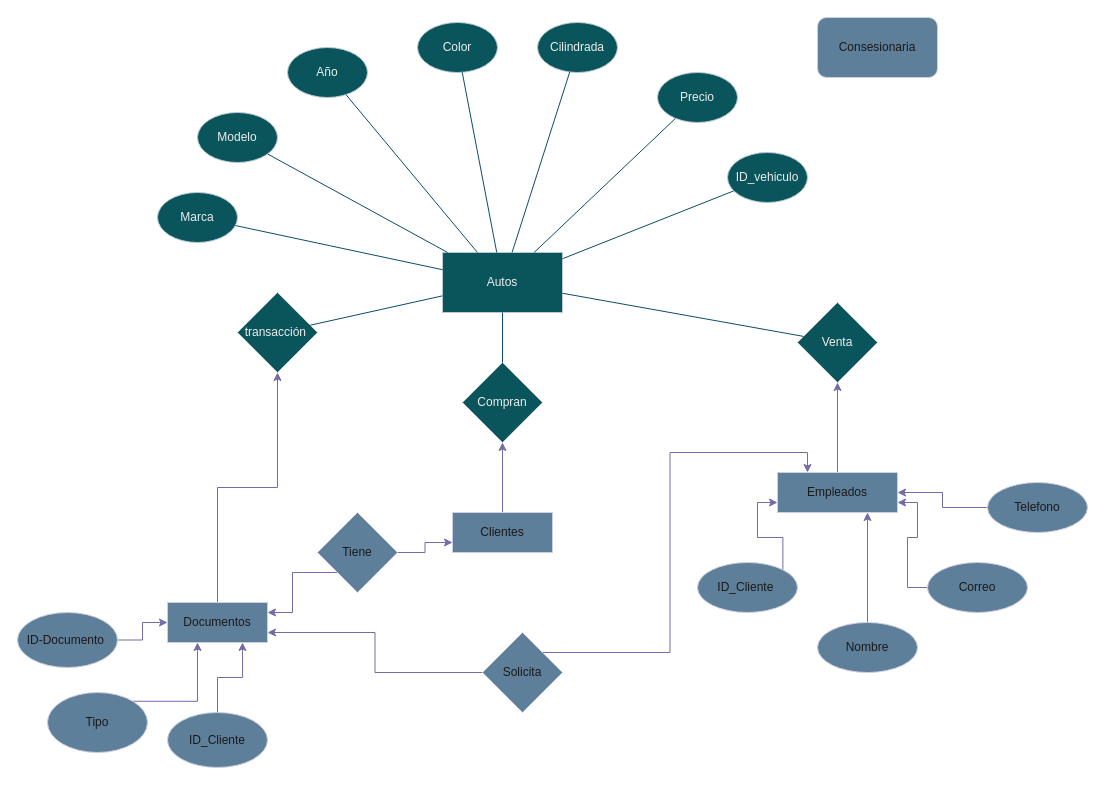
Above: page "Page-1" (1 of 3) of Diagramas/consencionaria.drawio in RodolfoNV/fbd_Rodolfo_Nicolas (draw.io), before the change. Source tidied: cells renumbered, new cells numbered last; positions are measured from the earlier drawing's top-left corner, leaving out a move shared by most shapes. Both pictures are drawn from the tidied source at 100%, with x=0, y=0 at pixel (17, 17).
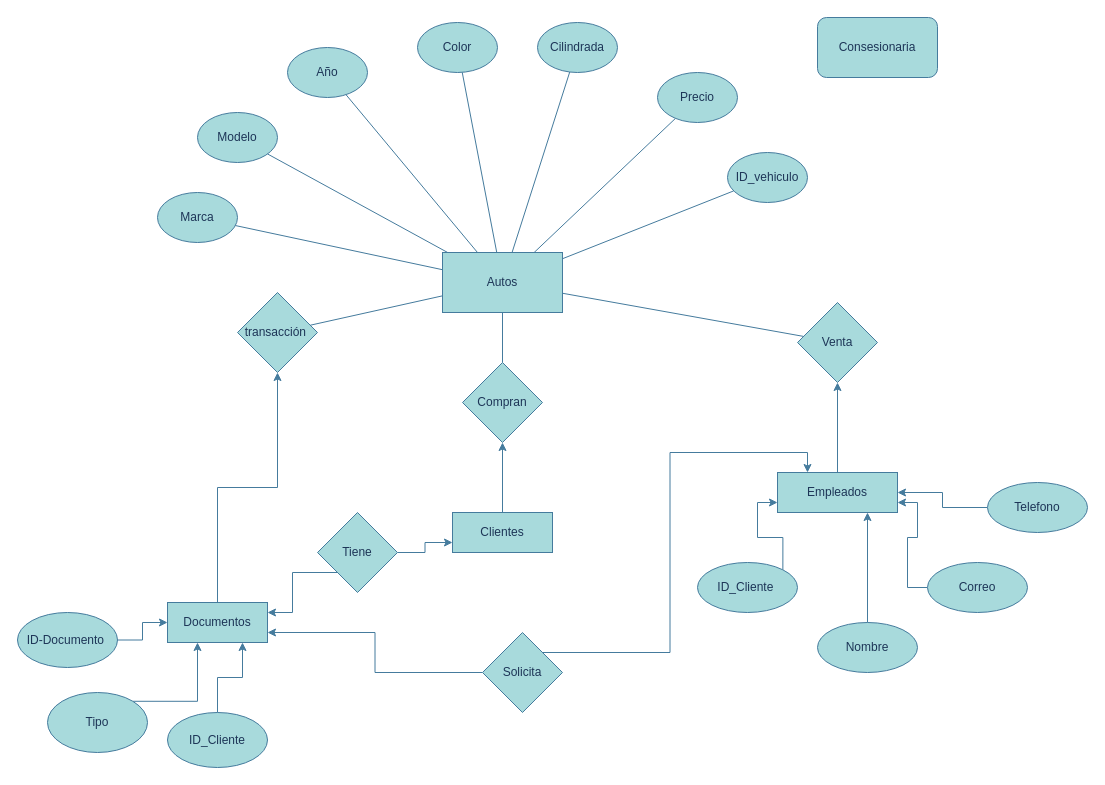
The same page after the edit.

Diff of the diagram source:
```diff
@@
-    <mxCell id="2" value="Autos&lt;br&gt;" style="rounded=0;whiteSpace=wrap;html=1;labelBackgroundColor=none;fillColor=#09555B;strokeColor=#BAC8D3;fontColor=#EEEEEE;" parent="1" vertex="1">
+    <mxCell id="2" value="Autos&lt;br&gt;" style="rounded=0;whiteSpace=wrap;html=1;labelBackgroundColor=none;fillColor=#A8DADC;strokeColor=#457B9D;fontColor=#1D3557;" parent="1" vertex="1">
       <mxGeometry x="425" y="235" width="120" height="60" as="geometry" />
     </mxCell>
-    <mxCell id="3" value="Marca&lt;br&gt;" style="ellipse;whiteSpace=wrap;html=1;labelBackgroundColor=none;fillColor=#09555B;strokeColor=#BAC8D3;fontColor=#EEEEEE;" parent="1" vertex="1">
+    <mxCell id="3" value="Marca&lt;br&gt;" style="ellipse;whiteSpace=wrap;html=1;labelBackgroundColor=none;fillColor=#A8DADC;strokeColor=#457B9D;fontColor=#1D3557;" parent="1" vertex="1">
       <mxGeometry x="140" y="175" width="80" height="50" as="geometry" />
     </mxCell>
-    <mxCell id="4" value="Modelo&lt;br&gt;" style="ellipse;whiteSpace=wrap;html=1;labelBackgroundColor=none;fillColor=#09555B;strokeColor=#BAC8D3;fontColor=#EEEEEE;" parent="1" vertex="1">
+    <mxCell id="4" value="Modelo&lt;br&gt;" style="ellipse;whiteSpace=wrap;html=1;labelBackgroundColor=none;fillColor=#A8DADC;strokeColor=#457B9D;fontColor=#1D3557;" parent="1" vertex="1">
       <mxGeometry x="180" y="95" width="80" height="50" as="geometry" />
     </mxCell>
-    <mxCell id="5" value="Año&lt;br&gt;" style="ellipse;whiteSpace=wrap;html=1;align=center;labelBackgroundColor=none;fillColor=#09555B;strokeColor=#BAC8D3;fontColor=#EEEEEE;" parent="1" vertex="1">
+    <mxCell id="5" value="Año&lt;br&gt;" style="ellipse;whiteSpace=wrap;html=1;align=center;labelBackgroundColor=none;fillColor=#A8DADC;strokeColor=#457B9D;fontColor=#1D3557;" parent="1" vertex="1">
       <mxGeometry x="270" y="30" width="80" height="50" as="geometry" />
     </mxCell>
-    <mxCell id="6" value="Color&lt;br&gt;" style="ellipse;whiteSpace=wrap;html=1;labelBackgroundColor=none;fillColor=#09555B;strokeColor=#BAC8D3;fontColor=#EEEEEE;" parent="1" vertex="1">
+    <mxCell id="6" value="Color&lt;br&gt;" style="ellipse;whiteSpace=wrap;html=1;labelBackgroundColor=none;fillColor=#A8DADC;strokeColor=#457B9D;fontColor=#1D3557;" parent="1" vertex="1">
       <mxGeometry x="400" y="5" width="80" height="50" as="geometry" />
     </mxCell>
-    <mxCell id="7" value="Cilindrada&lt;br&gt;" style="ellipse;whiteSpace=wrap;html=1;labelBackgroundColor=none;fillColor=#09555B;strokeColor=#BAC8D3;fontColor=#EEEEEE;" parent="1" vertex="1">
+    <mxCell id="7" value="Cilindrada&lt;br&gt;" style="ellipse;whiteSpace=wrap;html=1;labelBackgroundColor=none;fillColor=#A8DADC;strokeColor=#457B9D;fontColor=#1D3557;" parent="1" vertex="1">
       <mxGeometry x="520" y="5" width="80" height="50" as="geometry" />
     </mxCell>
-    <mxCell id="8" value="Precio&lt;br&gt;" style="ellipse;whiteSpace=wrap;html=1;labelBackgroundColor=none;fillColor=#09555B;strokeColor=#BAC8D3;fontColor=#EEEEEE;" parent="1" vertex="1">
+    <mxCell id="8" value="Precio&lt;br&gt;" style="ellipse;whiteSpace=wrap;html=1;labelBackgroundColor=none;fillColor=#A8DADC;strokeColor=#457B9D;fontColor=#1D3557;" parent="1" vertex="1">
       <mxGeometry x="640" y="55" width="80" height="50" as="geometry" />
     </mxCell>
-    <mxCell id="9" value="ID_vehiculo&lt;br&gt;" style="ellipse;whiteSpace=wrap;html=1;labelBackgroundColor=none;fillColor=#09555B;strokeColor=#BAC8D3;fontColor=#EEEEEE;" parent="1" vertex="1">
+    <mxCell id="9" value="ID_vehiculo&lt;br&gt;" style="ellipse;whiteSpace=wrap;html=1;labelBackgroundColor=none;fillColor=#A8DADC;strokeColor=#457B9D;fontColor=#1D3557;" parent="1" vertex="1">
       <mxGeometry x="710" y="135" width="80" height="50" as="geometry" />
     </mxCell>
-    <mxCell id="10" style="endArrow=none;html=1;rounded=0;labelBackgroundColor=none;strokeColor=#0B4D6A;fontColor=default;" parent="1" edge="1" source="3" target="2">
+    <mxCell id="10" style="endArrow=none;html=1;rounded=0;labelBackgroundColor=none;strokeColor=#457B9D;fontColor=default;" parent="1" edge="1" source="3" target="2">
       <mxGeometry relative="1" as="geometry" />
     </mxCell>
-    <mxCell id="11" style="endArrow=none;html=1;rounded=0;labelBackgroundColor=none;strokeColor=#0B4D6A;fontColor=default;" parent="1" edge="1" source="5" target="2">
+    <mxCell id="11" style="endArrow=none;html=1;rounded=0;labelBackgroundColor=none;strokeColor=#457B9D;fontColor=default;" parent="1" edge="1" source="5" target="2">
       <mxGeometry relative="1" as="geometry" />
     </mxCell>
-    <mxCell id="12" style="endArrow=none;html=1;rounded=0;labelBackgroundColor=none;strokeColor=#0B4D6A;fontColor=default;" parent="1" edge="1" source="7" target="2">
+    <mxCell id="12" style="endArrow=none;html=1;rounded=0;labelBackgroundColor=none;strokeColor=#457B9D;fontColor=default;" parent="1" edge="1" source="7" target="2">
       <mxGeometry relative="1" as="geometry" />
     </mxCell>
-    <mxCell id="13" style="endArrow=none;html=1;rounded=0;labelBackgroundColor=none;strokeColor=#0B4D6A;fontColor=default;" parent="1" edge="1" source="2" target="9">
+    <mxCell id="13" style="endArrow=none;html=1;rounded=0;labelBackgroundColor=none;strokeColor=#457B9D;fontColor=default;" parent="1" edge="1" source="2" target="9">
       <mxGeometry relative="1" as="geometry" />
     </mxCell>
-    <mxCell id="14" style="endArrow=none;html=1;rounded=0;labelBackgroundColor=none;strokeColor=#0B4D6A;fontColor=default;" parent="1" edge="1" source="2" target="8">
+    <mxCell id="14" style="endArrow=none;html=1;rounded=0;labelBackgroundColor=none;strokeColor=#457B9D;fontColor=default;" parent="1" edge="1" source="2" target="8">
       <mxGeometry relative="1" as="geometry" />
     </mxCell>
-    <mxCell id="15" style="endArrow=none;html=1;rounded=0;labelBackgroundColor=none;strokeColor=#0B4D6A;fontColor=default;" parent="1" edge="1" source="6" target="2">
+    <mxCell id="15" style="endArrow=none;html=1;rounded=0;labelBackgroundColor=none;strokeColor=#457B9D;fontColor=default;" parent="1" edge="1" source="6" target="2">
       <mxGeometry relative="1" as="geometry" />
     </mxCell>
-    <mxCell id="16" style="endArrow=none;html=1;rounded=0;labelBackgroundColor=none;strokeColor=#0B4D6A;fontColor=default;" parent="1" edge="1" source="4" target="2">
+    <mxCell id="16" style="endArrow=none;html=1;rounded=0;labelBackgroundColor=none;strokeColor=#457B9D;fontColor=default;" parent="1" edge="1" source="4" target="2">
       <mxGeometry relative="1" as="geometry" />
     </mxCell>
-    <mxCell id="17" value="transacción&amp;nbsp;" style="rhombus;whiteSpace=wrap;html=1;labelBackgroundColor=none;fillColor=#09555B;strokeColor=#BAC8D3;fontColor=#EEEEEE;" parent="1" vertex="1">
+    <mxCell id="17" value="transacción&amp;nbsp;" style="rhombus;whiteSpace=wrap;html=1;labelBackgroundColor=none;fillColor=#A8DADC;strokeColor=#457B9D;fontColor=#1D3557;" parent="1" vertex="1">
       <mxGeometry x="220" y="275" width="80" height="80" as="geometry" />
     </mxCell>
-    <mxCell id="18" value="Compran" style="rhombus;whiteSpace=wrap;html=1;labelBackgroundColor=none;fillColor=#09555B;strokeColor=#BAC8D3;fontColor=#EEEEEE;" parent="1" vertex="1">
+    <mxCell id="18" value="Compran" style="rhombus;whiteSpace=wrap;html=1;labelBackgroundColor=none;fillColor=#A8DADC;strokeColor=#457B9D;fontColor=#1D3557;" parent="1" vertex="1">
       <mxGeometry x="445" y="345" width="80" height="80" as="geometry" />
     </mxCell>
-    <mxCell id="19" value="Venta" style="rhombus;whiteSpace=wrap;html=1;labelBackgroundColor=none;fillColor=#09555B;strokeColor=#BAC8D3;fontColor=#EEEEEE;" parent="1" vertex="1">
+    <mxCell id="19" value="Venta" style="rhombus;whiteSpace=wrap;html=1;labelBackgroundColor=none;fillColor=#A8DADC;strokeColor=#457B9D;fontColor=#1D3557;" parent="1" vertex="1">
       <mxGeometry x="780" y="285" width="80" height="80" as="geometry" />
     </mxCell>
-    <mxCell id="20" style="endArrow=none;html=1;rounded=0;labelBackgroundColor=none;strokeColor=#0B4D6A;fontColor=default;" parent="1" edge="1" source="17" target="2">
+    <mxCell id="20" style="endArrow=none;html=1;rounded=0;labelBackgroundColor=none;strokeColor=#457B9D;fontColor=default;" parent="1" edge="1" source="17" target="2">
       <mxGeometry relative="1" as="geometry" />
     </mxCell>
-    <mxCell id="21" style="endArrow=none;html=1;rounded=0;labelBackgroundColor=none;strokeColor=#0B4D6A;fontColor=default;" parent="1" edge="1" source="18" target="2">
+    <mxCell id="21" style="endArrow=none;html=1;rounded=0;labelBackgroundColor=none;strokeColor=#457B9D;fontColor=default;" parent="1" edge="1" source="18" target="2">
       <mxGeometry relative="1" as="geometry" />
     </mxCell>
-    <mxCell id="22" style="endArrow=none;html=1;rounded=0;labelBackgroundColor=none;strokeColor=#0B4D6A;fontColor=default;" parent="1" edge="1" source="19" target="2">
+    <mxCell id="22" style="endArrow=none;html=1;rounded=0;labelBackgroundColor=none;strokeColor=#457B9D;fontColor=default;" parent="1" edge="1" source="19" target="2">
       <mxGeometry relative="1" as="geometry" />
     </mxCell>
-    <mxCell id="23" value="Consesionaria" style="rounded=1;whiteSpace=wrap;html=1;strokeColor=#D0CEE2;fontColor=#1A1A1A;fillColor=#5D7F99;" parent="1" vertex="1">
+    <mxCell id="23" value="Consesionaria" style="rounded=1;whiteSpace=wrap;html=1;strokeColor=#457B9D;fontColor=#1D3557;fillColor=#A8DADC;labelBackgroundColor=none;" parent="1" vertex="1">
       <mxGeometry x="800" width="120" height="60" as="geometry" />
     </mxCell>
-    <mxCell id="24" style="edgeStyle=orthogonalEdgeStyle;rounded=0;jettySize=auto;html=1;exitX=0.5;exitY=0;exitDx=0;exitDy=0;strokeColor=#736CA8;fontColor=#1A1A1A;" parent="1" edge="1" source="25" target="19">
+    <mxCell id="24" style="edgeStyle=orthogonalEdgeStyle;rounded=0;jettySize=auto;html=1;exitX=0.5;exitY=0;exitDx=0;exitDy=0;strokeColor=#457B9D;fontColor=default;labelBackgroundColor=none;" parent="1" edge="1" source="25" target="19">
       <mxGeometry relative="1" as="geometry" />
     </mxCell>
-    <mxCell id="25" value="Empleados" style="rounded=0;whiteSpace=wrap;html=1;strokeColor=#D0CEE2;fontColor=#1A1A1A;fillColor=#5D7F99;" parent="1" vertex="1">
+    <mxCell id="25" value="Empleados" style="rounded=0;whiteSpace=wrap;html=1;strokeColor=#457B9D;fontColor=#1D3557;fillColor=#A8DADC;labelBackgroundColor=none;" parent="1" vertex="1">
       <mxGeometry x="760" y="455" width="120" height="40" as="geometry" />
     </mxCell>
-    <mxCell id="26" style="edgeStyle=orthogonalEdgeStyle;rounded=0;jettySize=auto;html=1;exitX=0.5;exitY=0;exitDx=0;exitDy=0;strokeColor=#736CA8;fontColor=#1A1A1A;" parent="1" edge="1" source="27" target="18">
+    <mxCell id="26" style="edgeStyle=orthogonalEdgeStyle;rounded=0;jettySize=auto;html=1;exitX=0.5;exitY=0;exitDx=0;exitDy=0;strokeColor=#457B9D;fontColor=default;labelBackgroundColor=none;" parent="1" edge="1" source="27" target="18">
       <mxGeometry relative="1" as="geometry" />
     </mxCell>
-    <mxCell id="27" value="Clientes" style="rounded=0;whiteSpace=wrap;html=1;strokeColor=#D0CEE2;fontColor=#1A1A1A;fillColor=#5D7F99;" parent="1" vertex="1">
+    <mxCell id="27" value="Clientes" style="rounded=0;whiteSpace=wrap;html=1;strokeColor=#457B9D;fontColor=#1D3557;fillColor=#A8DADC;labelBackgroundColor=none;" parent="1" vertex="1">
       <mxGeometry x="435" y="495" width="100" height="40" as="geometry" />
     </mxCell>
-    <mxCell id="28" style="edgeStyle=orthogonalEdgeStyle;rounded=0;jettySize=auto;html=1;exitX=0.5;exitY=0;exitDx=0;exitDy=0;entryX=0.5;entryY=1;entryDx=0;entryDy=0;strokeColor=#736CA8;fontColor=#1A1A1A;" parent="1" edge="1" source="29" target="17">
+    <mxCell id="28" style="edgeStyle=orthogonalEdgeStyle;rounded=0;jettySize=auto;html=1;exitX=0.5;exitY=0;exitDx=0;exitDy=0;entryX=0.5;entryY=1;entryDx=0;entryDy=0;strokeColor=#457B9D;fontColor=default;labelBackgroundColor=none;" parent="1" edge="1" source="29" target="17">
       <mxGeometry relative="1" as="geometry" />
     </mxCell>
-    <mxCell id="29" value="Documentos" style="rounded=0;whiteSpace=wrap;html=1;strokeColor=#D0CEE2;fontColor=#1A1A1A;fillColor=#5D7F99;" parent="1" vertex="1">
+    <mxCell id="29" value="Documentos" style="rounded=0;whiteSpace=wrap;html=1;strokeColor=#457B9D;fontColor=#1D3557;fillColor=#A8DADC;labelBackgroundColor=none;" parent="1" vertex="1">
       <mxGeometry x="150" y="585" width="100" height="40" as="geometry" />
     </mxCell>
-    <mxCell id="30" style="edgeStyle=orthogonalEdgeStyle;rounded=0;jettySize=auto;html=1;exitX=0.5;exitY=0;exitDx=0;exitDy=0;entryX=0.75;entryY=1;entryDx=0;entryDy=0;strokeColor=#736CA8;fontColor=#1A1A1A;" parent="1" edge="1" source="31" target="25">
+    <mxCell id="30" style="edgeStyle=orthogonalEdgeStyle;rounded=0;jettySize=auto;html=1;exitX=0.5;exitY=0;exitDx=0;exitDy=0;entryX=0.75;entryY=1;entryDx=0;entryDy=0;strokeColor=#457B9D;fontColor=default;labelBackgroundColor=none;" parent="1" edge="1" source="31" target="25">
       <mxGeometry relative="1" as="geometry" />
     </mxCell>
-    <mxCell id="31" value="Nombre" style="ellipse;whiteSpace=wrap;html=1;strokeColor=#D0CEE2;fontColor=#1A1A1A;fillColor=#5D7F99;" parent="1" vertex="1">
+    <mxCell id="31" value="Nombre" style="ellipse;whiteSpace=wrap;html=1;strokeColor=#457B9D;fontColor=#1D3557;fillColor=#A8DADC;labelBackgroundColor=none;" parent="1" vertex="1">
       <mxGeometry x="800" y="605" width="100" height="50" as="geometry" />
     </mxCell>
-    <mxCell id="32" style="edgeStyle=orthogonalEdgeStyle;rounded=0;jettySize=auto;html=1;exitX=0;exitY=0.5;exitDx=0;exitDy=0;entryX=1;entryY=0.75;entryDx=0;entryDy=0;strokeColor=#736CA8;fontColor=#1A1A1A;" parent="1" edge="1" source="33" target="25">
+    <mxCell id="32" style="edgeStyle=orthogonalEdgeStyle;rounded=0;jettySize=auto;html=1;exitX=0;exitY=0.5;exitDx=0;exitDy=0;entryX=1;entryY=0.75;entryDx=0;entryDy=0;strokeColor=#457B9D;fontColor=default;labelBackgroundColor=none;" parent="1" edge="1" source="33" target="25">
       <mxGeometry relative="1" as="geometry" />
     </mxCell>
-    <mxCell id="33" value="Correo" style="ellipse;whiteSpace=wrap;html=1;strokeColor=#D0CEE2;fontColor=#1A1A1A;fillColor=#5D7F99;" parent="1" vertex="1">
+    <mxCell id="33" value="Correo" style="ellipse;whiteSpace=wrap;html=1;strokeColor=#457B9D;fontColor=#1D3557;fillColor=#A8DADC;labelBackgroundColor=none;" parent="1" vertex="1">
       <mxGeometry x="910" y="545" width="100" height="50" as="geometry" />
     </mxCell>
-    <mxCell id="34" style="edgeStyle=orthogonalEdgeStyle;rounded=0;jettySize=auto;html=1;exitX=1;exitY=0;exitDx=0;exitDy=0;entryX=0;entryY=0.75;entryDx=0;entryDy=0;strokeColor=#736CA8;fontColor=#1A1A1A;" parent="1" edge="1" source="35" target="25">
+    <mxCell id="34" style="edgeStyle=orthogonalEdgeStyle;rounded=0;jettySize=auto;html=1;exitX=1;exitY=0;exitDx=0;exitDy=0;entryX=0;entryY=0.75;entryDx=0;entryDy=0;strokeColor=#457B9D;fontColor=default;labelBackgroundColor=none;" parent="1" edge="1" source="35" target="25">
       <mxGeometry relative="1" as="geometry" />
     </mxCell>
-    <mxCell id="35" value="ID_Cliente&amp;nbsp;" style="ellipse;whiteSpace=wrap;html=1;strokeColor=#D0CEE2;fontColor=#1A1A1A;fillColor=#5D7F99;" parent="1" vertex="1">
+    <mxCell id="35" value="ID_Cliente&amp;nbsp;" style="ellipse;whiteSpace=wrap;html=1;strokeColor=#457B9D;fontColor=#1D3557;fillColor=#A8DADC;labelBackgroundColor=none;" parent="1" vertex="1">
       <mxGeometry x="680" y="545" width="100" height="50" as="geometry" />
     </mxCell>
-    <mxCell id="36" style="edgeStyle=orthogonalEdgeStyle;rounded=0;jettySize=auto;html=1;exitX=0;exitY=0.5;exitDx=0;exitDy=0;strokeColor=#736CA8;fontColor=#1A1A1A;" parent="1" edge="1" source="37" target="25">
+    <mxCell id="36" style="edgeStyle=orthogonalEdgeStyle;rounded=0;jettySize=auto;html=1;exitX=0;exitY=0.5;exitDx=0;exitDy=0;strokeColor=#457B9D;fontColor=default;labelBackgroundColor=none;" parent="1" edge="1" source="37" target="25">
       <mxGeometry relative="1" as="geometry" />
     </mxCell>
-    <mxCell id="37" value="Telefono" style="ellipse;whiteSpace=wrap;html=1;strokeColor=#D0CEE2;fontColor=#1A1A1A;fillColor=#5D7F99;" parent="1" vertex="1">
+    <mxCell id="37" value="Telefono" style="ellipse;whiteSpace=wrap;html=1;strokeColor=#457B9D;fontColor=#1D3557;fillColor=#A8DADC;labelBackgroundColor=none;" parent="1" vertex="1">
       <mxGeometry x="970" y="465" width="100" height="50" as="geometry" />
     </mxCell>
-    <mxCell id="38" style="edgeStyle=orthogonalEdgeStyle;rounded=0;jettySize=auto;html=1;exitX=1;exitY=0.5;exitDx=0;exitDy=0;entryX=0;entryY=0.75;entryDx=0;entryDy=0;strokeColor=#736CA8;fontColor=#1A1A1A;" parent="1" edge="1" source="40" target="27">
+    <mxCell id="38" style="edgeStyle=orthogonalEdgeStyle;rounded=0;jettySize=auto;html=1;exitX=1;exitY=0.5;exitDx=0;exitDy=0;entryX=0;entryY=0.75;entryDx=0;entryDy=0;strokeColor=#457B9D;fontColor=default;labelBackgroundColor=none;" parent="1" edge="1" source="40" target="27">
       <mxGeometry relative="1" as="geometry" />
     </mxCell>
-    <mxCell id="39" style="edgeStyle=orthogonalEdgeStyle;rounded=0;jettySize=auto;html=1;exitX=0;exitY=1;exitDx=0;exitDy=0;entryX=1;entryY=0.25;entryDx=0;entryDy=0;strokeColor=#736CA8;fontColor=#1A1A1A;" parent="1" edge="1" source="40" target="29">
+    <mxCell id="39" style="edgeStyle=orthogonalEdgeStyle;rounded=0;jettySize=auto;html=1;exitX=0;exitY=1;exitDx=0;exitDy=0;entryX=1;entryY=0.25;entryDx=0;entryDy=0;strokeColor=#457B9D;fontColor=default;labelBackgroundColor=none;" parent="1" edge="1" source="40" target="29">
       <mxGeometry relative="1" as="geometry" />
     </mxCell>
-    <mxCell id="40" value="Tiene" style="rhombus;whiteSpace=wrap;html=1;strokeColor=#D0CEE2;fontColor=#1A1A1A;fillColor=#5D7F99;" parent="1" vertex="1">
+    <mxCell id="40" value="Tiene" style="rhombus;whiteSpace=wrap;html=1;strokeColor=#457B9D;fontColor=#1D3557;fillColor=#A8DADC;labelBackgroundColor=none;" parent="1" vertex="1">
       <mxGeometry x="300" y="495" width="80" height="80" as="geometry" />
     </mxCell>
-    <mxCell id="41" style="edgeStyle=orthogonalEdgeStyle;rounded=0;jettySize=auto;html=1;exitX=0.5;exitY=0;exitDx=0;exitDy=0;entryX=0.75;entryY=1;entryDx=0;entryDy=0;strokeColor=#736CA8;fontColor=#1A1A1A;" parent="1" edge="1" source="42" target="29">
+    <mxCell id="41" style="edgeStyle=orthogonalEdgeStyle;rounded=0;jettySize=auto;html=1;exitX=0.5;exitY=0;exitDx=0;exitDy=0;entryX=0.75;entryY=1;entryDx=0;entryDy=0;strokeColor=#457B9D;fontColor=default;labelBackgroundColor=none;" parent="1" edge="1" source="42" target="29">
       <mxGeometry relative="1" as="geometry" />
     </mxCell>
-    <mxCell id="42" value="ID_Cliente" style="ellipse;whiteSpace=wrap;html=1;strokeColor=#D0CEE2;fontColor=#1A1A1A;fillColor=#5D7F99;" parent="1" vertex="1">
+    <mxCell id="42" value="ID_Cliente" style="ellipse;whiteSpace=wrap;html=1;strokeColor=#457B9D;fontColor=#1D3557;fillColor=#A8DADC;labelBackgroundColor=none;" parent="1" vertex="1">
       <mxGeometry x="150" y="695" width="100" height="55" as="geometry" />
     </mxCell>
-    <mxCell id="43" style="edgeStyle=orthogonalEdgeStyle;rounded=0;jettySize=auto;html=1;exitX=1;exitY=0;exitDx=0;exitDy=0;strokeColor=#736CA8;fontColor=#1A1A1A;" parent="1" edge="1" source="44" target="29">
+    <mxCell id="43" style="edgeStyle=orthogonalEdgeStyle;rounded=0;jettySize=auto;html=1;exitX=1;exitY=0;exitDx=0;exitDy=0;strokeColor=#457B9D;fontColor=default;labelBackgroundColor=none;" parent="1" edge="1" source="44" target="29">
       <mxGeometry relative="1" as="geometry">
         <Array as="points">
           <mxPoint x="180" y="684" />
         </Array>
       </mxGeometry>
     </mxCell>
-    <mxCell id="44" value="Tipo" style="ellipse;whiteSpace=wrap;html=1;strokeColor=#D0CEE2;fontColor=#1A1A1A;fillColor=#5D7F99;" parent="1" vertex="1">
+    <mxCell id="44" value="Tipo" style="ellipse;whiteSpace=wrap;html=1;strokeColor=#457B9D;fontColor=#1D3557;fillColor=#A8DADC;labelBackgroundColor=none;" parent="1" vertex="1">
       <mxGeometry x="30" y="675" width="100" height="60" as="geometry" />
     </mxCell>
-    <mxCell id="45" style="edgeStyle=orthogonalEdgeStyle;rounded=0;jettySize=auto;html=1;exitX=1;exitY=0.5;exitDx=0;exitDy=0;strokeColor=#736CA8;fontColor=#1A1A1A;" parent="1" edge="1" source="46" target="29">
+    <mxCell id="45" style="edgeStyle=orthogonalEdgeStyle;rounded=0;jettySize=auto;html=1;exitX=1;exitY=0.5;exitDx=0;exitDy=0;strokeColor=#457B9D;fontColor=default;labelBackgroundColor=none;" parent="1" edge="1" source="46" target="29">
       <mxGeometry relative="1" as="geometry" />
     </mxCell>
-    <mxCell id="46" value="ID-Documento&amp;nbsp;" style="ellipse;whiteSpace=wrap;html=1;strokeColor=#D0CEE2;fontColor=#1A1A1A;fillColor=#5D7F99;" parent="1" vertex="1">
+    <mxCell id="46" value="ID-Documento&amp;nbsp;" style="ellipse;whiteSpace=wrap;html=1;strokeColor=#457B9D;fontColor=#1D3557;fillColor=#A8DADC;labelBackgroundColor=none;" parent="1" vertex="1">
       <mxGeometry y="595" width="100" height="55" as="geometry" />
     </mxCell>
-    <mxCell id="47" style="edgeStyle=orthogonalEdgeStyle;rounded=0;jettySize=auto;html=1;exitX=0;exitY=0.5;exitDx=0;exitDy=0;entryX=1;entryY=0.75;entryDx=0;entryDy=0;strokeColor=#736CA8;fontColor=#1A1A1A;" parent="1" edge="1" source="49" target="29">
+    <mxCell id="47" style="edgeStyle=orthogonalEdgeStyle;rounded=0;jettySize=auto;html=1;exitX=0;exitY=0.5;exitDx=0;exitDy=0;entryX=1;entryY=0.75;entryDx=0;entryDy=0;strokeColor=#457B9D;fontColor=default;labelBackgroundColor=none;" parent="1" edge="1" source="49" target="29">
       <mxGeometry relative="1" as="geometry" />
     </mxCell>
-    <mxCell id="48" style="edgeStyle=orthogonalEdgeStyle;rounded=0;jettySize=auto;html=1;exitX=1;exitY=0;exitDx=0;exitDy=0;entryX=0.25;entryY=0;entryDx=0;entryDy=0;strokeColor=#736CA8;fontColor=#1A1A1A;" parent="1" edge="1" source="49" target="25">
+    <mxCell id="48" style="edgeStyle=orthogonalEdgeStyle;rounded=0;jettySize=auto;html=1;exitX=1;exitY=0;exitDx=0;exitDy=0;entryX=0.25;entryY=0;entryDx=0;entryDy=0;strokeColor=#457B9D;fontColor=default;labelBackgroundColor=none;" parent="1" edge="1" source="49" target="25">
       <mxGeometry relative="1" as="geometry" />
     </mxCell>
-    <mxCell id="49" value="Solicita" style="rhombus;whiteSpace=wrap;html=1;strokeColor=#D0CEE2;fontColor=#1A1A1A;fillColor=#5D7F99;" parent="1" vertex="1">
+    <mxCell id="49" value="Solicita" style="rhombus;whiteSpace=wrap;html=1;strokeColor=#457B9D;fontColor=#1D3557;fillColor=#A8DADC;labelBackgroundColor=none;" parent="1" vertex="1">
       <mxGeometry x="465" y="615" width="80" height="80" as="geometry" />
     </mxCell>
```
